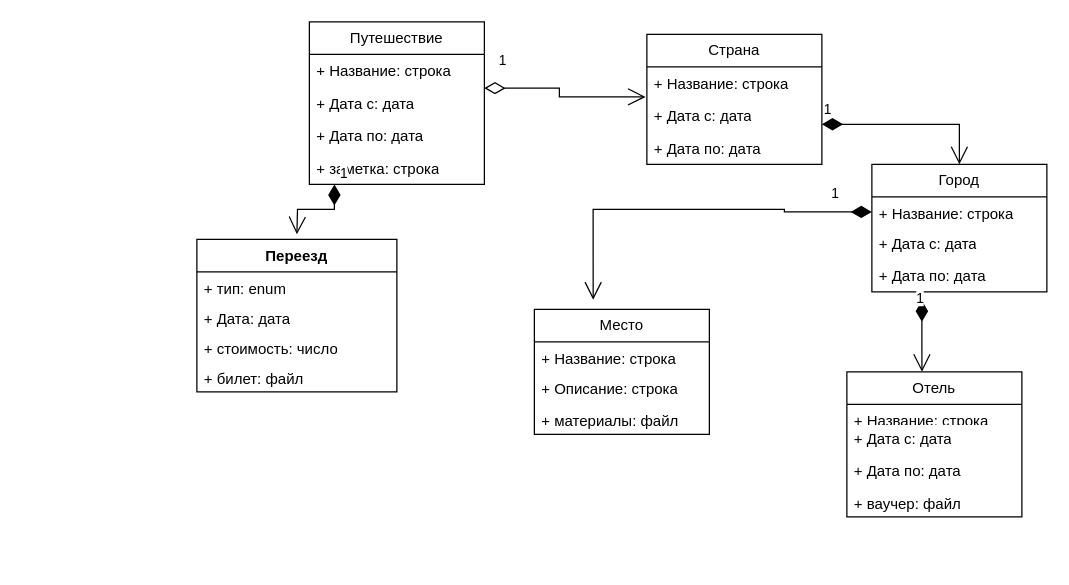
Before: task_final/Trip plan.drawio in LiRay7/sal-rab-homeworks, a draw.io diagram. Source tidied: cells renumbered, new cells numbered last; positions are measured from the earlier drawing's top-left corner, leaving out a move shared by most shapes. Both pictures are drawn from the tidied source at 125%, with x=0, y=0 at pixel (196, 21).
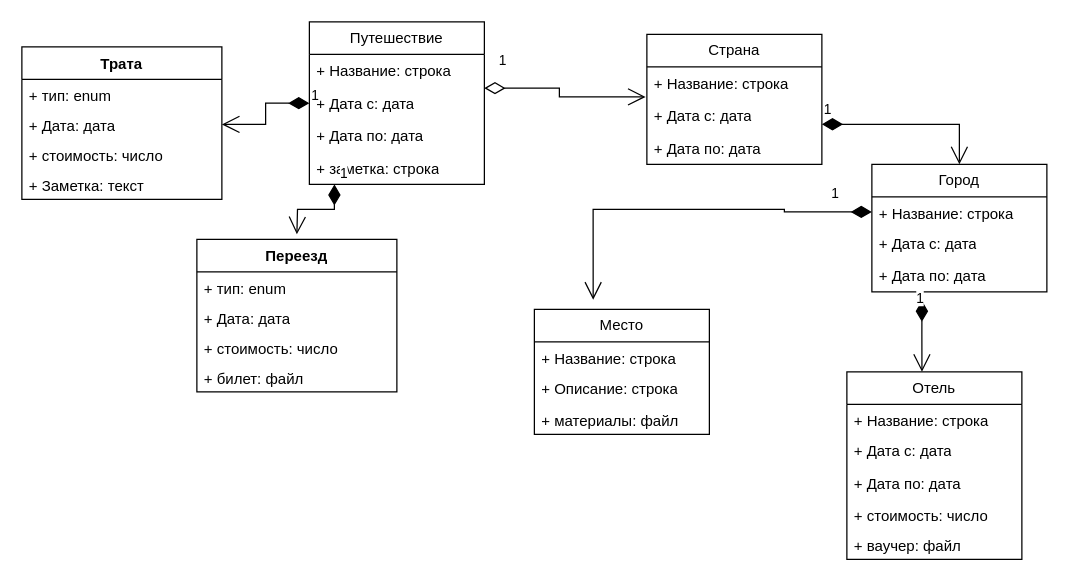
The same page after the edit.

The change refers to these unchanged cells:
```xml
<mxCell id="4" value="+ Дата с: дата" style="text;strokeColor=none;fillColor=none;align=left;verticalAlign=top;spacingLeft=4;spacingRight=4;overflow=hidden;points=[[0,0.5],[1,0.5]];portConstraint=eastwest;whiteSpace=wrap;html=1;" parent="2" vertex="1">
  <mxGeometry y="52" width="140" height="26" as="geometry" />
</mxCell>
```

The edit, as a diff of the source:
```diff
@@
     <mxCell id="28" value="Отель" style="swimlane;fontStyle=0;horizontal=1;startSize=26;fillColor=none;whiteSpace=wrap;html=1;" parent="1" vertex="1">
-      <mxGeometry x="520" y="280" width="140" height="116" as="geometry" />
+      <mxGeometry x="520" y="280" width="140" height="150" as="geometry" />
     </mxCell>
     <mxCell id="29" value="+ Название: строка" style="text;strokeColor=none;fillColor=none;align=left;verticalAlign=top;spacingLeft=4;spacingRight=4;overflow=hidden;whiteSpace=wrap;html=1;" parent="28" vertex="1">
-      <mxGeometry y="26" width="140" height="14" as="geometry" />
+      <mxGeometry y="26" width="140" height="24" as="geometry" />
     </mxCell>
     <mxCell id="30" value="+ Дата с: дата" style="text;strokeColor=none;fillColor=none;align=left;verticalAlign=top;spacingLeft=4;spacingRight=4;overflow=hidden;whiteSpace=wrap;html=1;" parent="28" vertex="1">
-      <mxGeometry y="40" width="140" height="26" as="geometry" />
+      <mxGeometry y="50" width="140" height="26" as="geometry" />
     </mxCell>
     <mxCell id="31" value="+ Дата по: дата" style="text;strokeColor=none;fillColor=none;align=left;verticalAlign=top;spacingLeft=4;spacingRight=4;overflow=hidden;whiteSpace=wrap;html=1;" parent="28" vertex="1">
-      <mxGeometry y="66" width="140" height="26" as="geometry" />
+      <mxGeometry y="76" width="140" height="26" as="geometry" />
     </mxCell>
+    <mxCell id="34" value="+ стоимость: число " style="text;strokeColor=none;fillColor=none;align=left;verticalAlign=top;spacingLeft=4;spacingRight=4;overflow=hidden;whiteSpace=wrap;html=1;" parent="28" vertex="1">
+      <mxGeometry y="102" width="140" height="24" as="geometry" />
+    </mxCell>
     <mxCell id="32" value="+ ваучер: файл" style="text;strokeColor=none;fillColor=none;align=left;verticalAlign=top;spacingLeft=4;spacingRight=4;overflow=hidden;whiteSpace=wrap;html=1;" parent="28" vertex="1">
-      <mxGeometry y="92" width="140" height="24" as="geometry" />
+      <mxGeometry y="126" width="140" height="24" as="geometry" />
     </mxCell>
@@
+    <mxCell id="35" value="Трата" style="swimlane;fontStyle=1;align=center;verticalAlign=top;horizontal=1;startSize=26;whiteSpace=wrap;html=1;" parent="1" vertex="1">
+      <mxGeometry x="-140" y="20" width="160" height="122" as="geometry" />
+    </mxCell>
+    <mxCell id="36" value="+ тип: enum " style="text;strokeColor=none;fillColor=none;align=left;verticalAlign=top;spacingLeft=4;spacingRight=4;overflow=hidden;whiteSpace=wrap;html=1;" parent="35" vertex="1">
+      <mxGeometry y="26" width="160" height="24" as="geometry" />
+    </mxCell>
+    <mxCell id="37" value="+ Дата: дата " style="text;strokeColor=none;fillColor=none;align=left;verticalAlign=top;spacingLeft=4;spacingRight=4;overflow=hidden;points=[[0,0.5],[1,0.5]];portConstraint=eastwest;whiteSpace=wrap;html=1;" parent="35" vertex="1">
+      <mxGeometry y="50" width="160" height="24" as="geometry" />
+    </mxCell>
+    <mxCell id="38" value="+ стоимость: число " style="text;strokeColor=none;fillColor=none;align=left;verticalAlign=top;spacingLeft=4;spacingRight=4;overflow=hidden;whiteSpace=wrap;html=1;" parent="35" vertex="1">
+      <mxGeometry y="74" width="160" height="24" as="geometry" />
+    </mxCell>
+    <mxCell id="39" value="+ Заметка: текст" style="text;strokeColor=none;fillColor=none;align=left;verticalAlign=top;spacingLeft=4;spacingRight=4;overflow=hidden;whiteSpace=wrap;html=1;" parent="35" vertex="1">
+      <mxGeometry y="98" width="160" height="24" as="geometry" />
+    </mxCell>
+    <mxCell id="40" value="1" style="endArrow=open;html=1;endSize=12;startArrow=diamondThin;startSize=14;startFill=1;edgeStyle=orthogonalEdgeStyle;align=left;verticalAlign=bottom;rounded=0;exitX=0;exitY=0.5;exitDx=0;exitDy=0;entryX=1;entryY=0.5;entryDx=0;entryDy=0;" parent="1" edge="1" source="4" target="37">
+      <mxGeometry x="-1" y="3" relative="1" as="geometry" />
+    </mxCell>
```
